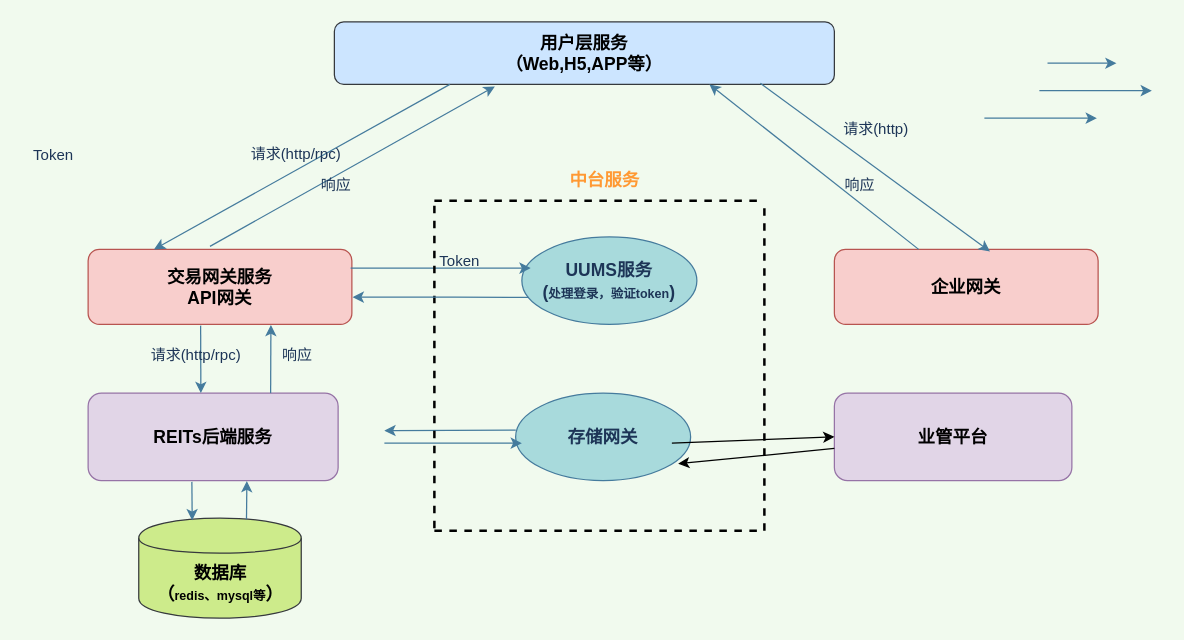
Before: 000_utils/未命名绘图.drawio in lppgo/my_test, a draw.io diagram. Source tidied: cells renumbered, new cells numbered last; positions are measured from the earlier drawing's top-left corner, leaving out a move shared by most shapes. Both pictures are drawn from the tidied source at 125%, with x=0, y=0 at pixel (21, 21).
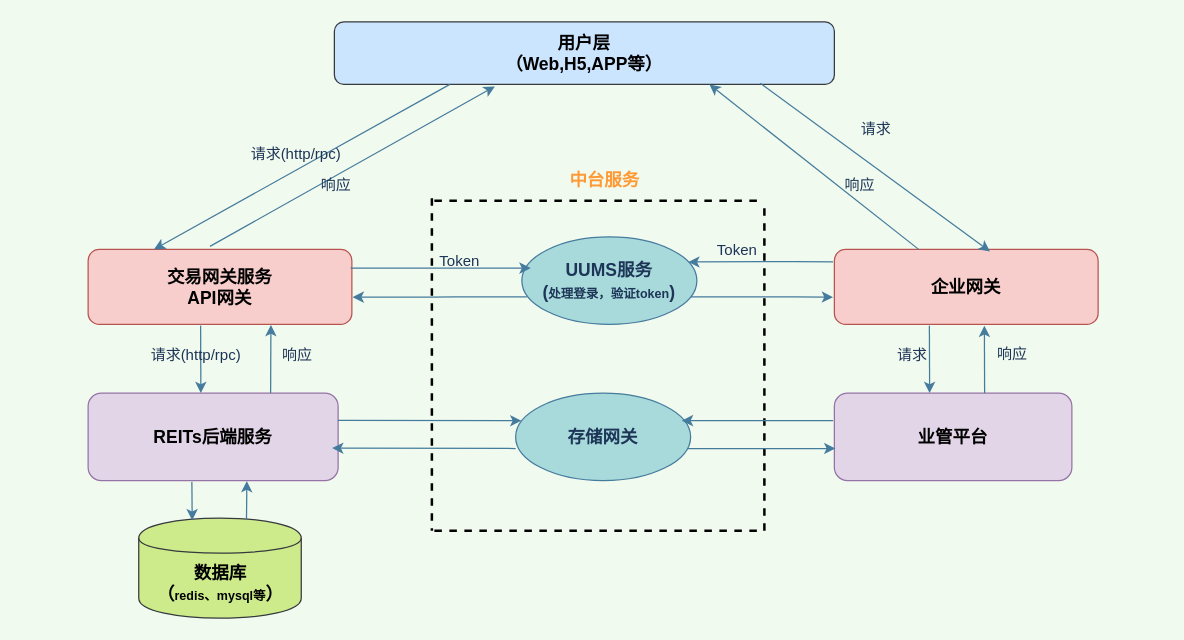
The same page after the edit.

Commit message:
REITs服务组件图.drawio

Unchanged cells that the change refers to:
```xml
<mxCell id="3" value="&lt;b&gt;&lt;font style=&quot;font-size: 14px&quot;&gt;交易网关服务&lt;br&gt;API网关&lt;/font&gt;&lt;/b&gt;" style="rounded=1;whiteSpace=wrap;html=1;sketch=0;strokeColor=#b85450;fillColor=#f8cecc;" parent="1" vertex="1">
  <mxGeometry x="53" y="182" width="211" height="60" as="geometry" />
</mxCell>
<mxCell id="4" value="&lt;b&gt;&lt;font style=&quot;font-size: 14px&quot;&gt;REITs后端服务&lt;/font&gt;&lt;/b&gt;" style="rounded=1;whiteSpace=wrap;html=1;sketch=0;strokeColor=#9673a6;fillColor=#e1d5e7;" parent="1" vertex="1">
  <mxGeometry x="53" y="297" width="200" height="70" as="geometry" />
</mxCell>
<mxCell id="11" value="&lt;span style=&quot;font-size: 14px&quot;&gt;&lt;b&gt;存储网关&lt;/b&gt;&lt;/span&gt;" style="ellipse;whiteSpace=wrap;html=1;rounded=0;sketch=0;strokeColor=#457B9D;fillColor=#A8DADC;fontColor=#1D3557;" parent="1" vertex="1">
  <mxGeometry x="395" y="297" width="140" height="70" as="geometry" />
</mxCell>
<mxCell id="15" value="&lt;b&gt;&lt;span style=&quot;font-size: 14px&quot;&gt;UUMS服务&lt;/span&gt;&lt;br&gt;&lt;span style=&quot;font-size: 14px&quot;&gt;(&lt;/span&gt;&lt;font style=&quot;font-size: 10px&quot;&gt;处理登录，验证token&lt;/font&gt;&lt;span style=&quot;font-size: 14px&quot;&gt;)&lt;/span&gt;&lt;br&gt;&lt;/b&gt;" style="ellipse;whiteSpace=wrap;html=1;rounded=0;sketch=0;strokeColor=#457B9D;fillColor=#A8DADC;fontColor=#1D3557;" parent="1" vertex="1">
  <mxGeometry x="400" y="172" width="140" height="70" as="geometry" />
</mxCell>
<mxCell id="17" value="&lt;span style=&quot;font-size: 14px&quot;&gt;&lt;b&gt;业管平台&lt;/b&gt;&lt;/span&gt;" style="rounded=1;whiteSpace=wrap;html=1;sketch=0;strokeColor=#9673a6;fillColor=#e1d5e7;" parent="1" vertex="1">
  <mxGeometry x="650" y="297" width="190" height="70" as="geometry" />
</mxCell>
<mxCell id="18" value="&lt;span style=&quot;font-size: 14px&quot;&gt;&lt;b&gt;企业网关&lt;/b&gt;&lt;/span&gt;" style="rounded=1;whiteSpace=wrap;html=1;sketch=0;strokeColor=#b85450;fillColor=#f8cecc;" parent="1" vertex="1">
  <mxGeometry x="650" y="182" width="211" height="60" as="geometry" />
</mxCell>
```

Diff of the diagram source:
```diff
@@
-    <mxCell id="2" value="&lt;font style=&quot;font-size: 14px&quot;&gt;&lt;b&gt;用户层服务&lt;br&gt;（Web,H5,APP等）&lt;/b&gt;&lt;/font&gt;" style="rounded=1;whiteSpace=wrap;html=1;sketch=0;strokeColor=#36393d;fillColor=#cce5ff;" parent="1" vertex="1">
+    <mxCell id="2" value="&lt;font style=&quot;font-size: 14px&quot;&gt;&lt;b&gt;用户层&lt;br&gt;（Web,H5,APP等）&lt;/b&gt;&lt;/font&gt;" style="rounded=1;whiteSpace=wrap;html=1;sketch=0;strokeColor=#36393d;fillColor=#cce5ff;" parent="1" vertex="1">
       <mxGeometry x="250" width="400" height="50" as="geometry" />
     </mxCell>
@@
-    <mxCell id="12" style="endArrow=classic;html=1;strokeColor=#457B9D;fillColor=#A8DADC;fontColor=#1D3557;exitX=0.001;exitY=0.423;exitDx=0;exitDy=0;exitPerimeter=0;" parent="1" edge="1" source="11">
-      <mxGeometry relative="1" as="geometry">
-        <mxPoint x="290" y="327" as="targetPoint" />
-      </mxGeometry>
-    </mxCell>
-    <mxCell id="13" style="endArrow=classic;html=1;strokeColor=#457B9D;fillColor=#A8DADC;fontColor=#1D3557;" parent="1" edge="1">
-      <mxGeometry relative="1" as="geometry">
-        <mxPoint x="290" y="337" as="sourcePoint" />
-        <mxPoint x="400" y="337" as="targetPoint" />
-      </mxGeometry>
+    <mxCell id="13" style="endArrow=classic;html=1;strokeColor=#457B9D;fillColor=#A8DADC;fontColor=#1D3557;exitX=0.999;exitY=0.311;exitDx=0;exitDy=0;exitPerimeter=0;entryX=0.033;entryY=0.315;entryDx=0;entryDy=0;entryPerimeter=0;" parent="1" edge="1" source="4" target="11">
+      <mxGeometry relative="1" as="geometry" />
     </mxCell>
@@
-    <mxCell id="16" value="Token" style="text;html=1;align=center;verticalAlign=middle;fillColor=none;strokeColor=none;rounded=0;sketch=0;fontColor=#1D3557;" parent="1" vertex="1">
-      <mxGeometry y="97" width="50" height="20" as="geometry" />
-    </mxCell>
@@
-    <mxCell id="19" style="endArrow=classic;html=1;entryX=0.929;entryY=0.807;entryDx=0;entryDy=0;entryPerimeter=0;" parent="1" edge="1" source="17" target="11">
-      <mxGeometry relative="1" as="geometry" />
-    </mxCell>
-    <mxCell id="20" style="endArrow=classic;html=1;entryX=0;entryY=0.5;entryDx=0;entryDy=0;" parent="1" edge="1" target="17">
-      <mxGeometry relative="1" as="geometry">
-        <mxPoint x="520" y="337" as="sourcePoint" />
-      </mxGeometry>
-    </mxCell>
@@
     <mxCell id="23" style="endArrow=none;dashed=1;html=1;strokeWidth=2;" parent="1" edge="1">
       <mxGeometry relative="1" as="geometry">
-        <mxPoint x="330" y="147" as="sourcePoint" />
-        <mxPoint x="330" y="407" as="targetPoint" />
+        <mxPoint x="328" y="141" as="sourcePoint" />
+        <mxPoint x="328" y="407" as="targetPoint" />
       </mxGeometry>
     </mxCell>
@@
-    <mxCell id="26" style="endArrow=classic;html=1;strokeColor=#457B9D;fillColor=#A8DADC;fontColor=#1D3557;entryX=0.001;entryY=0.552;entryDx=0;entryDy=0;entryPerimeter=0;" parent="1" edge="1">
-      <mxGeometry relative="1" as="geometry">
-        <mxPoint x="820.5" y="33" as="sourcePoint" />
-        <mxPoint x="875.7" y="33.1" as="targetPoint" />
-        <Array as="points">
-          <mxPoint x="850.5" y="33" />
-        </Array>
-      </mxGeometry>
-    </mxCell>
-    <mxCell id="27" style="endArrow=classic;html=1;strokeColor=#457B9D;fillColor=#A8DADC;fontColor=#1D3557;" parent="1" edge="1">
-      <mxGeometry relative="1" as="geometry">
-        <mxPoint x="770" y="77" as="sourcePoint" />
-        <mxPoint x="860" y="77" as="targetPoint" />
-        <Array as="points">
-          <mxPoint x="800" y="77" />
-        </Array>
-      </mxGeometry>
-    </mxCell>
@@
-    <mxCell id="30" style="endArrow=classic;html=1;strokeColor=#457B9D;fillColor=#A8DADC;fontColor=#1D3557;" parent="1" edge="1">
-      <mxGeometry relative="1" as="geometry">
-        <mxPoint x="814" y="55" as="sourcePoint" />
-        <mxPoint x="904" y="55" as="targetPoint" />
-        <Array as="points">
-          <mxPoint x="844" y="55" />
-        </Array>
-      </mxGeometry>
-    </mxCell>
@@
-    <mxCell id="33" style="endArrow=classic;html=1;strokeColor=#457B9D;fillColor=#A8DADC;fontColor=#1D3557;entryX=1.003;entryY=0.637;entryDx=0;entryDy=0;entryPerimeter=0;exitX=0.04;exitY=0.691;exitDx=0;exitDy=0;exitPerimeter=0;" parent="1" edge="1" source="15" target="3">
+    <mxCell id="33" style="endArrow=classic;html=1;strokeColor=#457B9D;fillColor=#A8DADC;fontColor=#1D3557;entryX=1.003;entryY=0.637;entryDx=0;entryDy=0;entryPerimeter=0;" parent="1" edge="1" target="3">
       <mxGeometry relative="1" as="geometry">
+        <mxPoint x="404" y="220" as="sourcePoint" />
         <Array as="points">
           <mxPoint x="336.8" y="220.1" />
         </Array>
       </mxGeometry>
     </mxCell>
@@
-    <mxCell id="37" value="请求(http)" style="text;html=1;align=center;verticalAlign=middle;fillColor=none;strokeColor=none;rounded=0;sketch=0;fontColor=#1D3557;" parent="1" vertex="1">
-      <mxGeometry x="650" y="75" width="66" height="22" as="geometry" />
+    <mxCell id="37" value="请求" style="text;html=1;align=center;verticalAlign=middle;fillColor=none;strokeColor=none;rounded=0;sketch=0;fontColor=#1D3557;" parent="1" vertex="1">
+      <mxGeometry x="661" y="75" width="44" height="22" as="geometry" />
     </mxCell>
@@
+    <mxCell id="40" style="endArrow=classic;html=1;strokeColor=#457B9D;fillColor=#A8DADC;fontColor=#1D3557;entryX=-0.005;entryY=0.637;entryDx=0;entryDy=0;entryPerimeter=0;" parent="1" edge="1" target="18">
+      <mxGeometry relative="1" as="geometry">
+        <mxPoint x="535" y="220" as="sourcePoint" />
+        <Array as="points">
+          <mxPoint x="608" y="220" />
+        </Array>
+      </mxGeometry>
+    </mxCell>
+    <mxCell id="41" style="endArrow=classic;html=1;strokeColor=#457B9D;fillColor=#A8DADC;fontColor=#1D3557;entryX=0.951;entryY=0.287;entryDx=0;entryDy=0;entryPerimeter=0;" parent="1" edge="1" target="15">
+      <mxGeometry relative="1" as="geometry">
+        <mxPoint x="648.9" y="192" as="sourcePoint" />
+        <Array as="points">
+          <mxPoint x="608" y="191.8" />
+        </Array>
+      </mxGeometry>
+    </mxCell>
+    <mxCell id="16" value="Token" style="text;html=1;align=center;verticalAlign=middle;fillColor=none;strokeColor=none;rounded=0;sketch=0;fontColor=#1D3557;" parent="1" vertex="1">
+      <mxGeometry x="550" y="172" width="44" height="22" as="geometry" />
+    </mxCell>
+    <mxCell id="42" style="endArrow=classic;html=1;strokeColor=#457B9D;fillColor=#A8DADC;fontColor=#1D3557;exitX=0.999;exitY=0.311;exitDx=0;exitDy=0;exitPerimeter=0;entryX=0.033;entryY=0.315;entryDx=0;entryDy=0;entryPerimeter=0;" parent="1" edge="1">
+      <mxGeometry relative="1" as="geometry">
+        <mxPoint x="395" y="341.3" as="sourcePoint" />
+        <mxPoint x="248.2" y="341" as="targetPoint" />
+      </mxGeometry>
+    </mxCell>
+    <mxCell id="43" style="endArrow=classic;html=1;strokeColor=#457B9D;fillColor=#A8DADC;fontColor=#1D3557;entryX=0.033;entryY=0.315;entryDx=0;entryDy=0;entryPerimeter=0;exitX=0.984;exitY=0.633;exitDx=0;exitDy=0;exitPerimeter=0;" parent="1" edge="1" source="11">
+      <mxGeometry relative="1" as="geometry">
+        <mxPoint x="650.8" y="341.3" as="targetPoint" />
+      </mxGeometry>
+    </mxCell>
+    <mxCell id="44" style="endArrow=classic;html=1;strokeColor=#457B9D;fillColor=#A8DADC;fontColor=#1D3557;entryX=0.033;entryY=0.315;entryDx=0;entryDy=0;entryPerimeter=0;" parent="1" edge="1">
+      <mxGeometry relative="1" as="geometry">
+        <mxPoint x="649" y="319" as="sourcePoint" />
+        <mxPoint x="528" y="319" as="targetPoint" />
+      </mxGeometry>
+    </mxCell>
+    <mxCell id="45" style="endArrow=classic;html=1;strokeColor=#457B9D;fillColor=#A8DADC;fontColor=#1D3557;entryX=0.451;entryY=0;entryDx=0;entryDy=0;entryPerimeter=0;" parent="1" edge="1">
+      <mxGeometry relative="1" as="geometry">
+        <mxPoint x="770.2" y="297" as="sourcePoint" />
+        <mxPoint x="770" y="243" as="targetPoint" />
+      </mxGeometry>
+    </mxCell>
+    <mxCell id="46" style="endArrow=classic;html=1;strokeColor=#457B9D;fillColor=#A8DADC;fontColor=#1D3557;entryX=0.451;entryY=0;entryDx=0;entryDy=0;entryPerimeter=0;" parent="1" edge="1">
+      <mxGeometry relative="1" as="geometry">
+        <mxPoint x="726" y="243" as="sourcePoint" />
+        <mxPoint x="726.2" y="297" as="targetPoint" />
+      </mxGeometry>
+    </mxCell>
+    <mxCell id="47" value="请求" style="text;html=1;align=center;verticalAlign=middle;fillColor=none;strokeColor=none;rounded=0;sketch=0;fontColor=#1D3557;" parent="1" vertex="1">
+      <mxGeometry x="690" y="256" width="44" height="22" as="geometry" />
+    </mxCell>
+    <mxCell id="48" value="响应" style="text;html=1;align=center;verticalAlign=middle;fillColor=none;strokeColor=none;rounded=0;sketch=0;fontColor=#1D3557;" parent="1" vertex="1">
+      <mxGeometry x="770" y="255" width="44" height="22" as="geometry" />
+    </mxCell>
```
